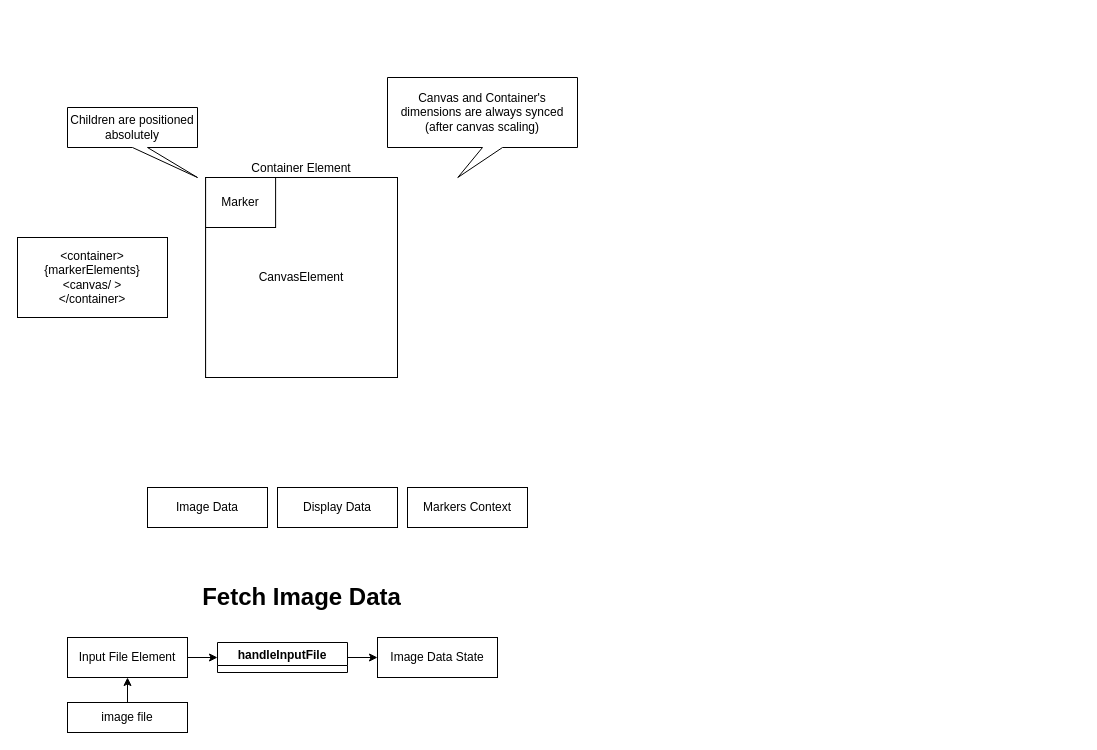
Above: page "Display" (3 of 8) of flowchart.drawio in jogaleon/prescription-writing-react-ts (draw.io), before the change. Source tidied: cells renumbered, new cells numbered last; positions are measured from the earlier drawing's top-left corner, leaving out a move shared by most shapes. Both pictures are drawn from the tidied source at 100%, with x=0, y=0 at pixel (17, 77).
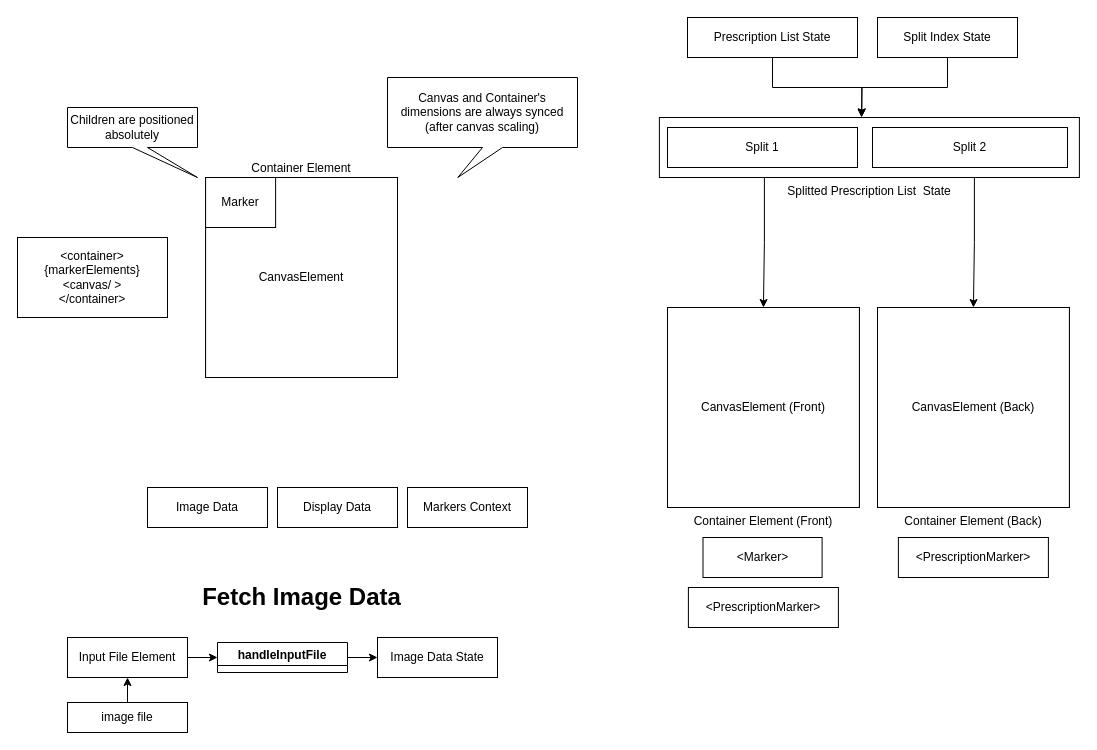
The same diagram, later.

What changed in the source:
```diff
@@
+    <mxCell id="19" style="edgeStyle=orthogonalEdgeStyle;rounded=0;jettySize=auto;html=1;exitX=0.25;exitY=1;exitDx=0;exitDy=0;entryX=0.5;entryY=0;entryDx=0;entryDy=0;" parent="1" edge="1" source="21" target="36">
+      <mxGeometry relative="1" as="geometry" />
+    </mxCell>
+    <mxCell id="20" style="edgeStyle=orthogonalEdgeStyle;rounded=0;jettySize=auto;html=1;exitX=0.75;exitY=1;exitDx=0;exitDy=0;entryX=0.5;entryY=0;entryDx=0;entryDy=0;" parent="1" edge="1" source="21" target="33">
+      <mxGeometry relative="1" as="geometry" />
+    </mxCell>
+    <mxCell id="21" value="Splitted Prescription List&amp;nbsp; State" style="rounded=0;whiteSpace=wrap;html=1;labelPosition=center;verticalLabelPosition=bottom;align=center;verticalAlign=top;" parent="1" vertex="1">
+      <mxGeometry x="641.9" y="40" width="420" height="60" as="geometry" />
+    </mxCell>
@@
+    <mxCell id="22" value="&amp;lt;Marker&amp;gt;" style="rounded=0;whiteSpace=wrap;html=1;" parent="1" vertex="1">
+      <mxGeometry x="685.5" y="460" width="119.1" height="40" as="geometry" />
+    </mxCell>
+    <mxCell id="23" value="&amp;lt;PrescriptionMarker&amp;gt;" style="rounded=0;whiteSpace=wrap;html=1;" parent="1" vertex="1">
+      <mxGeometry x="670.9" y="510" width="150" height="40" as="geometry" />
+    </mxCell>
+    <mxCell id="24" value="&amp;lt;PrescriptionMarker&amp;gt;" style="rounded=0;whiteSpace=wrap;html=1;" parent="1" vertex="1">
+      <mxGeometry x="880.9" y="460" width="150" height="40" as="geometry" />
+    </mxCell>
+    <mxCell id="25" style="edgeStyle=orthogonalEdgeStyle;rounded=0;jettySize=auto;html=1;exitX=0.5;exitY=1;exitDx=0;exitDy=0;" parent="1" edge="1" source="26">
+      <mxGeometry relative="1" as="geometry">
+        <mxPoint x="844" y="40" as="targetPoint" />
+      </mxGeometry>
+    </mxCell>
+    <mxCell id="26" value="Prescription List State" style="rounded=0;whiteSpace=wrap;html=1;" parent="1" vertex="1">
+      <mxGeometry x="670" y="-60" width="170" height="40" as="geometry" />
+    </mxCell>
+    <mxCell id="27" style="edgeStyle=orthogonalEdgeStyle;rounded=0;jettySize=auto;html=1;exitX=0.5;exitY=1;exitDx=0;exitDy=0;entryX=0.482;entryY=-0.013;entryDx=0;entryDy=0;entryPerimeter=0;" parent="1" edge="1" source="28" target="21">
+      <mxGeometry relative="1" as="geometry" />
+    </mxCell>
+    <mxCell id="28" value="Split Index State" style="rounded=0;whiteSpace=wrap;html=1;" parent="1" vertex="1">
+      <mxGeometry x="860" y="-60" width="140" height="40" as="geometry" />
+    </mxCell>
+    <mxCell id="29" value="Split 1" style="rounded=0;whiteSpace=wrap;html=1;" parent="1" vertex="1">
+      <mxGeometry x="650" y="50" width="190" height="40" as="geometry" />
+    </mxCell>
+    <mxCell id="30" value="Split 2" style="rounded=0;whiteSpace=wrap;html=1;" parent="1" vertex="1">
+      <mxGeometry x="855" y="50" width="195" height="40" as="geometry" />
+    </mxCell>
+    <mxCell id="31" style="group;" parent="1" vertex="1">
+      <mxGeometry x="860" y="230" width="191.9" height="200" as="geometry" />
+    </mxCell>
+    <mxCell id="32" value="Container Element (Back)" style="rounded=0;whiteSpace=wrap;html=1;labelPosition=center;verticalLabelPosition=bottom;align=center;verticalAlign=top;" parent="31" vertex="1">
+      <mxGeometry width="191.9" height="200" as="geometry" />
+    </mxCell>
+    <mxCell id="33" value="CanvasElement (Back)" style="rounded=0;whiteSpace=wrap;html=1;" parent="31" vertex="1">
+      <mxGeometry width="191.9" height="200" as="geometry" />
+    </mxCell>
+    <mxCell id="34" style="group;" parent="1" vertex="1">
+      <mxGeometry x="650" y="230" width="191.9" height="200" as="geometry" />
+    </mxCell>
+    <mxCell id="35" value="Container Element (Front)" style="rounded=0;whiteSpace=wrap;html=1;labelPosition=center;verticalLabelPosition=bottom;align=center;verticalAlign=top;" parent="34" vertex="1">
+      <mxGeometry width="191.9" height="200" as="geometry" />
+    </mxCell>
+    <mxCell id="36" value="CanvasElement (Front)" style="rounded=0;whiteSpace=wrap;html=1;" parent="34" vertex="1">
+      <mxGeometry width="191.9" height="200" as="geometry" />
+    </mxCell>
```
